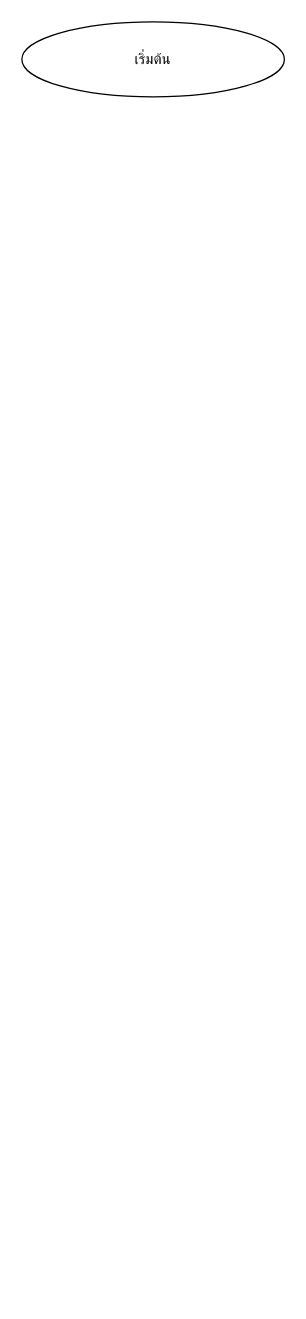
Before: HW/HW04/HW04-1/HW04-1.drawio in bbnyk/ENGCE117, a draw.io diagram. Source tidied: cells renumbered, new cells numbered last; positions are measured from the earlier drawing's top-left corner, leaving out a move shared by most shapes. Both pictures are drawn from the tidied source at 125%, with x=0, y=0 at pixel (21, 21).
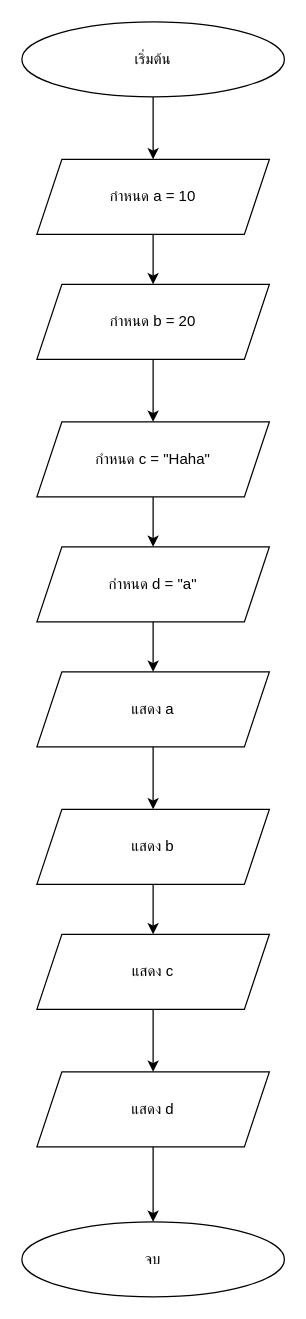
The same diagram, later.

The change refers to these unchanged cells:
```xml
<mxCell id="2" value="เริ่มต้น" style="ellipse;whiteSpace=wrap;html=1;" parent="1" vertex="1">
  <mxGeometry width="210" height="60" as="geometry" />
</mxCell>
```

Change to the diagram source:
```diff
@@
+    <mxCell id="3" style="edgeStyle=orthogonalEdgeStyle;rounded=0;jettySize=auto;html=1;" parent="1" edge="1" source="2" target="5">
+      <mxGeometry relative="1" as="geometry" />
+    </mxCell>
@@
+    <mxCell id="4" style="edgeStyle=orthogonalEdgeStyle;rounded=0;jettySize=auto;html=1;" parent="1" edge="1" source="5" target="7">
+      <mxGeometry relative="1" as="geometry" />
+    </mxCell>
+    <mxCell id="5" value="กำหนด a = 10" style="shape=parallelogram;perimeter=parallelogramPerimeter;whiteSpace=wrap;html=1;fixedSize=1;" parent="1" vertex="1">
+      <mxGeometry x="12" y="110" width="186" height="60" as="geometry" />
+    </mxCell>
+    <mxCell id="6" style="edgeStyle=orthogonalEdgeStyle;rounded=0;jettySize=auto;html=1;" parent="1" edge="1" source="7" target="9">
+      <mxGeometry relative="1" as="geometry" />
+    </mxCell>
+    <mxCell id="7" value="กำหนด b = 20" style="shape=parallelogram;perimeter=parallelogramPerimeter;whiteSpace=wrap;html=1;fixedSize=1;" parent="1" vertex="1">
+      <mxGeometry x="12" y="210" width="186" height="60" as="geometry" />
+    </mxCell>
+    <mxCell id="8" style="edgeStyle=orthogonalEdgeStyle;rounded=0;jettySize=auto;html=1;" parent="1" edge="1" source="9" target="11">
+      <mxGeometry relative="1" as="geometry" />
+    </mxCell>
+    <mxCell id="9" value="กำหนด c = &quot;Haha&quot;" style="shape=parallelogram;perimeter=parallelogramPerimeter;whiteSpace=wrap;html=1;fixedSize=1;" parent="1" vertex="1">
+      <mxGeometry x="12" y="320" width="186" height="60" as="geometry" />
+    </mxCell>
+    <mxCell id="10" style="edgeStyle=orthogonalEdgeStyle;rounded=0;jettySize=auto;html=1;" parent="1" edge="1" source="11" target="13">
+      <mxGeometry relative="1" as="geometry" />
+    </mxCell>
+    <mxCell id="11" value="กำหนด d = &quot;a&quot;" style="shape=parallelogram;perimeter=parallelogramPerimeter;whiteSpace=wrap;html=1;fixedSize=1;" parent="1" vertex="1">
+      <mxGeometry x="12" y="420" width="186" height="60" as="geometry" />
+    </mxCell>
+    <mxCell id="12" style="edgeStyle=orthogonalEdgeStyle;rounded=0;jettySize=auto;html=1;" parent="1" edge="1" source="13" target="15">
+      <mxGeometry relative="1" as="geometry" />
+    </mxCell>
+    <mxCell id="13" value="แสดง a" style="shape=parallelogram;perimeter=parallelogramPerimeter;whiteSpace=wrap;html=1;fixedSize=1;" parent="1" vertex="1">
+      <mxGeometry x="12" y="520" width="186" height="60" as="geometry" />
+    </mxCell>
+    <mxCell id="14" style="edgeStyle=orthogonalEdgeStyle;rounded=0;jettySize=auto;html=1;" parent="1" edge="1" source="15" target="17">
+      <mxGeometry relative="1" as="geometry" />
+    </mxCell>
+    <mxCell id="15" value="แสดง b" style="shape=parallelogram;perimeter=parallelogramPerimeter;whiteSpace=wrap;html=1;fixedSize=1;" parent="1" vertex="1">
+      <mxGeometry x="12" y="630" width="186" height="60" as="geometry" />
+    </mxCell>
+    <mxCell id="16" style="edgeStyle=orthogonalEdgeStyle;rounded=0;jettySize=auto;html=1;" parent="1" edge="1" source="17" target="19">
+      <mxGeometry relative="1" as="geometry" />
+    </mxCell>
+    <mxCell id="17" value="แสดง c" style="shape=parallelogram;perimeter=parallelogramPerimeter;whiteSpace=wrap;html=1;fixedSize=1;" parent="1" vertex="1">
+      <mxGeometry x="12" y="730" width="186" height="60" as="geometry" />
+    </mxCell>
+    <mxCell id="18" style="edgeStyle=orthogonalEdgeStyle;rounded=0;jettySize=auto;html=1;" parent="1" edge="1" source="19" target="20">
+      <mxGeometry relative="1" as="geometry" />
+    </mxCell>
+    <mxCell id="19" value="แสดง d" style="shape=parallelogram;perimeter=parallelogramPerimeter;whiteSpace=wrap;html=1;fixedSize=1;" parent="1" vertex="1">
+      <mxGeometry x="12" y="840" width="186" height="60" as="geometry" />
+    </mxCell>
+    <mxCell id="20" value="จบ" style="ellipse;whiteSpace=wrap;html=1;" parent="1" vertex="1">
+      <mxGeometry y="960" width="210" height="60" as="geometry" />
+    </mxCell>
```
